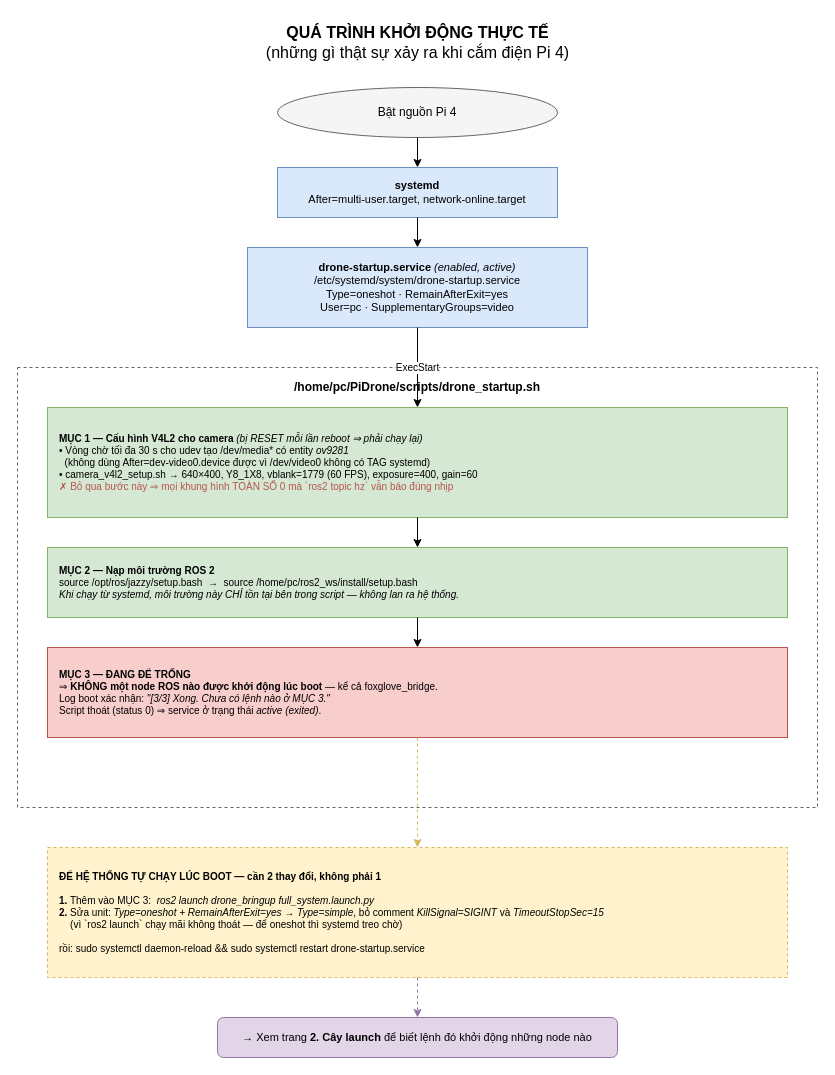
Above: page "1. Trình tự khởi động (boot)" (1 of 3) of docs/so_do_he_thong.drawio in PhamChinhCode/drone-ros2-jazzy (draw.io), before the change. Source tidied: cells renumbered, new cells numbered last; positions are measured from the earlier drawing's top-left corner, leaving out a move shared by most shapes. Both pictures are drawn from the tidied source at 100%, with x=0, y=0 at pixel (17, 17).
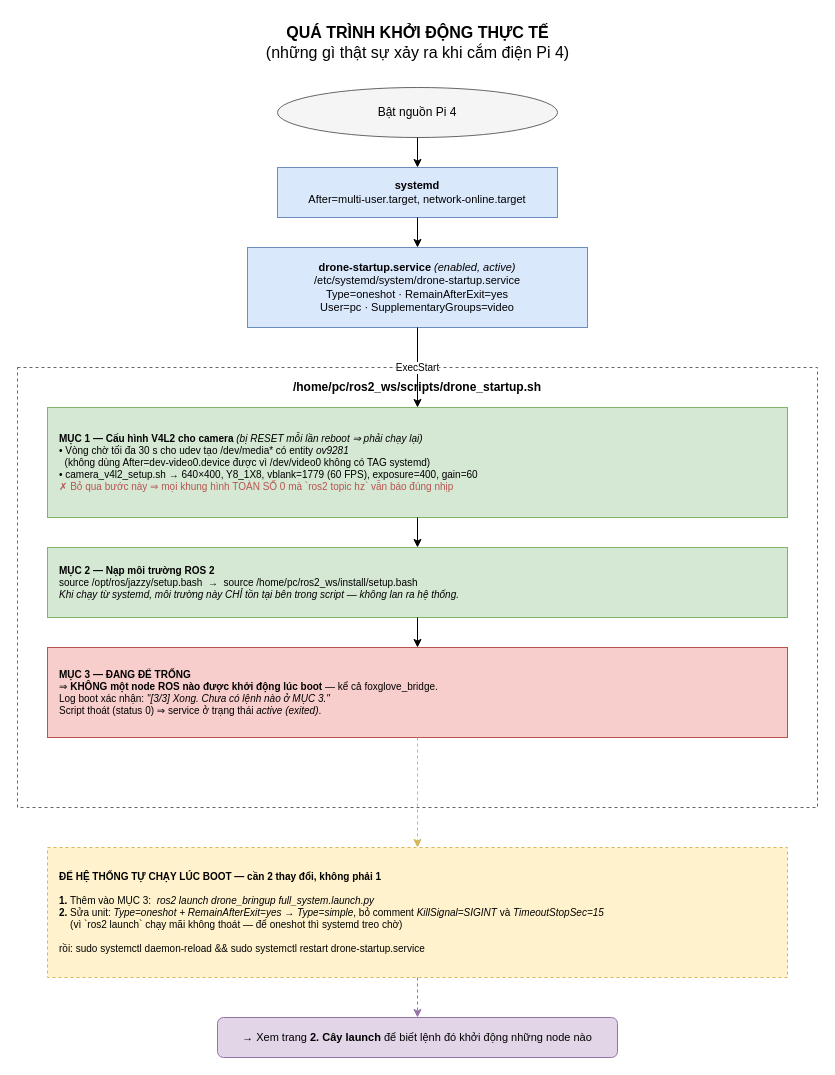
After the change.

The edit, as a diff of the source:
```diff
@@
 <mxGraphModel>
   <root>
     <mxCell id="0" />
     <mxCell id="1" parent="0" />
     <mxCell id="2" value="&lt;b&gt;QUÁ TRÌNH KHỞI ĐỘNG THỰC TẾ&lt;/b&gt;&lt;br&gt;(những gì thật sự xảy ra khi cắm điện Pi 4)" style="text;html=1;align=center;verticalAlign=middle;fontSize=16;" parent="1" vertex="1">
       <mxGeometry x="120" width="560" height="50" as="geometry" />
     </mxCell>
     <mxCell id="3" value="Bật nguồn Pi 4" style="ellipse;whiteSpace=wrap;html=1;fillColor=#f5f5f5;strokeColor=#666666;fontSize=12;" parent="1" vertex="1">
       <mxGeometry x="260" y="70" width="280" height="50" as="geometry" />
     </mxCell>
     <mxCell id="4" value="&lt;b&gt;systemd&lt;/b&gt;&lt;br&gt;After=multi-user.target, network-online.target" style="rounded=0;whiteSpace=wrap;html=1;fillColor=#dae8fc;strokeColor=#6c8ebf;fontSize=11;" parent="1" vertex="1">
       <mxGeometry x="260" y="150" width="280" height="50" as="geometry" />
     </mxCell>
     <mxCell id="5" value="&lt;b&gt;drone-startup.service&lt;/b&gt; &lt;i&gt;(enabled, active)&lt;/i&gt;&lt;br&gt;/etc/systemd/system/drone-startup.service&lt;br&gt;Type=oneshot · RemainAfterExit=yes&lt;br&gt;User=pc · SupplementaryGroups=video" style="rounded=0;whiteSpace=wrap;html=1;fillColor=#dae8fc;strokeColor=#6c8ebf;fontSize=11;" parent="1" vertex="1">
       <mxGeometry x="230" y="230" width="340" height="80" as="geometry" />
     </mxCell>
-    <mxCell id="6" value="&lt;b&gt;/home/pc/PiDrone/scripts/drone_startup.sh&lt;/b&gt;" style="rounded=0;whiteSpace=wrap;html=1;fillColor=none;strokeColor=#666666;dashed=1;verticalAlign=top;spacingTop=6;fontSize=12;" parent="1" vertex="1">
+    <mxCell id="6" value="&lt;b&gt;/home/pc/ros2_ws/scripts/drone_startup.sh&lt;/b&gt;" style="rounded=0;whiteSpace=wrap;html=1;fillColor=none;strokeColor=#666666;dashed=1;verticalAlign=top;spacingTop=6;fontSize=12;" parent="1" vertex="1">
       <mxGeometry y="350" width="800" height="440" as="geometry" />
     </mxCell>
     <mxCell id="7" value="&lt;b&gt;MỤC 1 — Cấu hình V4L2 cho camera&lt;/b&gt; &lt;i&gt;(bị RESET mỗi lần reboot ⇒ phải chạy lại)&lt;/i&gt;&lt;br&gt;• Vòng chờ tối đa 30 s cho udev tạo /dev/media* có entity &lt;i&gt;ov9281&lt;/i&gt;&lt;br&gt;  (không dùng After=dev-video0.device được vì /dev/video0 không có TAG systemd)&lt;br&gt;• camera_v4l2_setup.sh → 640×400, Y8_1X8, vblank=1779 (60 FPS), exposure=400, gain=60&lt;br&gt;&lt;font color=&quot;#b85450&quot;&gt;✗ Bỏ qua bước này ⇒ mọi khung hình TOÀN SỐ 0 mà `ros2 topic hz` vẫn báo đúng nhịp&lt;/font&gt;" style="rounded=0;whiteSpace=wrap;html=1;fillColor=#d5e8d4;strokeColor=#82b366;fontSize=10;align=left;spacingLeft=10;verticalAlign=middle;" parent="1" vertex="1">
       <mxGeometry x="30" y="390" width="740" height="110" as="geometry" />
     </mxCell>
     <mxCell id="8" value="&lt;b&gt;MỤC 2 — Nạp môi trường ROS 2&lt;/b&gt;&lt;br&gt;source /opt/ros/jazzy/setup.bash  →  source /home/pc/ros2_ws/install/setup.bash&lt;br&gt;&lt;i&gt;Khi chạy từ systemd, môi trường này CHỈ tồn tại bên trong script — không lan ra hệ thống.&lt;/i&gt;" style="rounded=0;whiteSpace=wrap;html=1;fillColor=#d5e8d4;strokeColor=#82b366;fontSize=10;align=left;spacingLeft=10;" parent="1" vertex="1">
       <mxGeometry x="30" y="530" width="740" height="70" as="geometry" />
     </mxCell>
     <mxCell id="9" value="&lt;b&gt;MỤC 3 — ĐANG ĐỂ TRỐNG&lt;/b&gt;&lt;br&gt;⇒ &lt;b&gt;KHÔNG một node ROS nào được khởi động lúc boot&lt;/b&gt; — kể cả foxglove_bridge.&lt;br&gt;Log boot xác nhận: &lt;i&gt;&quot;[3/3] Xong. Chưa có lệnh nào ở MỤC 3.&quot;&lt;/i&gt;&lt;br&gt;Script thoát (status 0) ⇒ service ở trạng thái &lt;i&gt;active (exited)&lt;/i&gt;." style="rounded=0;whiteSpace=wrap;html=1;fillColor=#f8cecc;strokeColor=#b85450;fontSize=10;align=left;spacingLeft=10;" parent="1" vertex="1">
       <mxGeometry x="30" y="630" width="740" height="90" as="geometry" />
     </mxCell>
     <mxCell id="10" value="&lt;b&gt;ĐỂ HỆ THỐNG TỰ CHẠY LÚC BOOT — cần 2 thay đổi, không phải 1&lt;/b&gt;&lt;br&gt;&lt;br&gt;&lt;b&gt;1.&lt;/b&gt; Thêm vào MỤC 3:  &lt;i&gt;ros2 launch drone_bringup full_system.launch.py&lt;/i&gt;&lt;br&gt;&lt;b&gt;2.&lt;/b&gt; Sửa unit: &lt;i&gt;Type=oneshot + RemainAfterExit=yes&lt;/i&gt; → &lt;i&gt;Type=simple&lt;/i&gt;, bỏ comment &lt;i&gt;KillSignal=SIGINT&lt;/i&gt; và &lt;i&gt;TimeoutStopSec=15&lt;/i&gt;&lt;br&gt;    (vì `ros2 launch` chạy mãi không thoát — để oneshot thì systemd treo chờ)&lt;br&gt;&lt;br&gt;rồi: sudo systemctl daemon-reload &amp;&amp; sudo systemctl restart drone-startup.service" style="rounded=0;whiteSpace=wrap;html=1;fillColor=#fff2cc;strokeColor=#d6b656;fontSize=10;align=left;spacingLeft=10;dashed=1;" parent="1" vertex="1">
       <mxGeometry x="30" y="830" width="740" height="130" as="geometry" />
     </mxCell>
     <mxCell id="11" value="→ Xem trang &lt;b&gt;2. Cây launch&lt;/b&gt; để biết lệnh đó khởi động những node nào" style="rounded=1;whiteSpace=wrap;html=1;fillColor=#e1d5e7;strokeColor=#9673a6;fontSize=11;" parent="1" vertex="1">
       <mxGeometry x="200" y="1000" width="400" height="40" as="geometry" />
     </mxCell>
     <mxCell id="12" style="edgeStyle=orthogonalEdgeStyle;html=1;rounded=0;" parent="1" edge="1" source="3" target="4">
       <mxGeometry relative="1" as="geometry" />
     </mxCell>
     <mxCell id="13" style="edgeStyle=orthogonalEdgeStyle;html=1;rounded=0;" parent="1" edge="1" source="4" target="5">
       <mxGeometry relative="1" as="geometry" />
     </mxCell>
     <mxCell id="14" value="ExecStart" style="edgeStyle=orthogonalEdgeStyle;html=1;rounded=0;fontSize=10;labelBackgroundColor=#ffffff;" parent="1" edge="1" source="5" target="7">
       <mxGeometry relative="1" as="geometry" />
     </mxCell>
     <mxCell id="15" style="edgeStyle=orthogonalEdgeStyle;html=1;rounded=0;" parent="1" edge="1" source="7" target="8">
       <mxGeometry relative="1" as="geometry" />
     </mxCell>
     <mxCell id="16" style="edgeStyle=orthogonalEdgeStyle;html=1;rounded=0;" parent="1" edge="1" source="8" target="9">
       <mxGeometry relative="1" as="geometry" />
     </mxCell>
     <mxCell id="17" style="edgeStyle=orthogonalEdgeStyle;html=1;rounded=0;dashed=1;strokeColor=#d6b656;" parent="1" edge="1" source="9" target="10">
       <mxGeometry relative="1" as="geometry" />
     </mxCell>
     <mxCell id="18" style="edgeStyle=orthogonalEdgeStyle;html=1;rounded=0;dashed=1;strokeColor=#9673a6;" parent="1" edge="1" source="10" target="11">
       <mxGeometry relative="1" as="geometry" />
     </mxCell>
   </root>
 </mxGraphModel>
```
